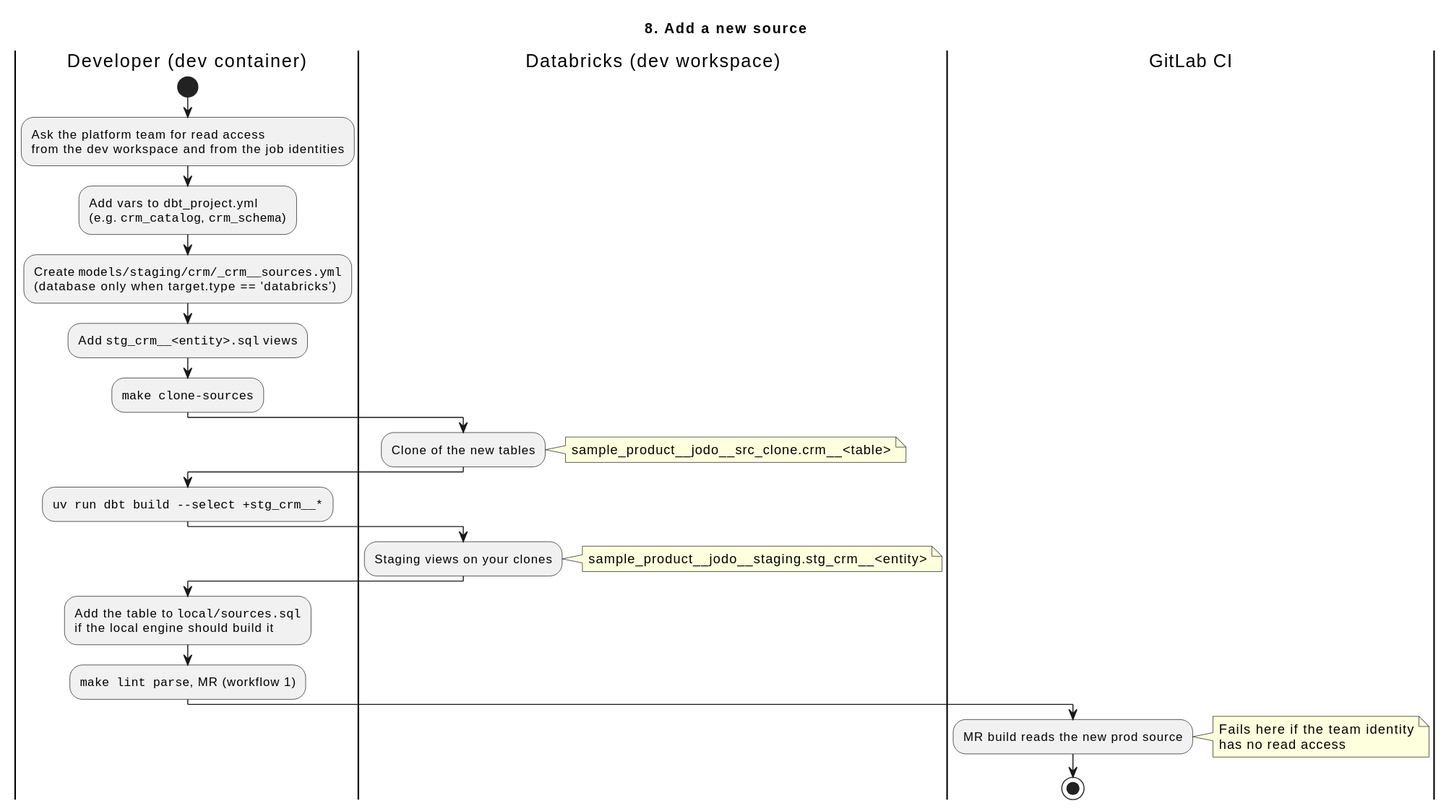
The PlantUML diagram docs/diagrams/workflow-8-new-source.svg in PeterHenell/dbt-databricks-template, before a commit.
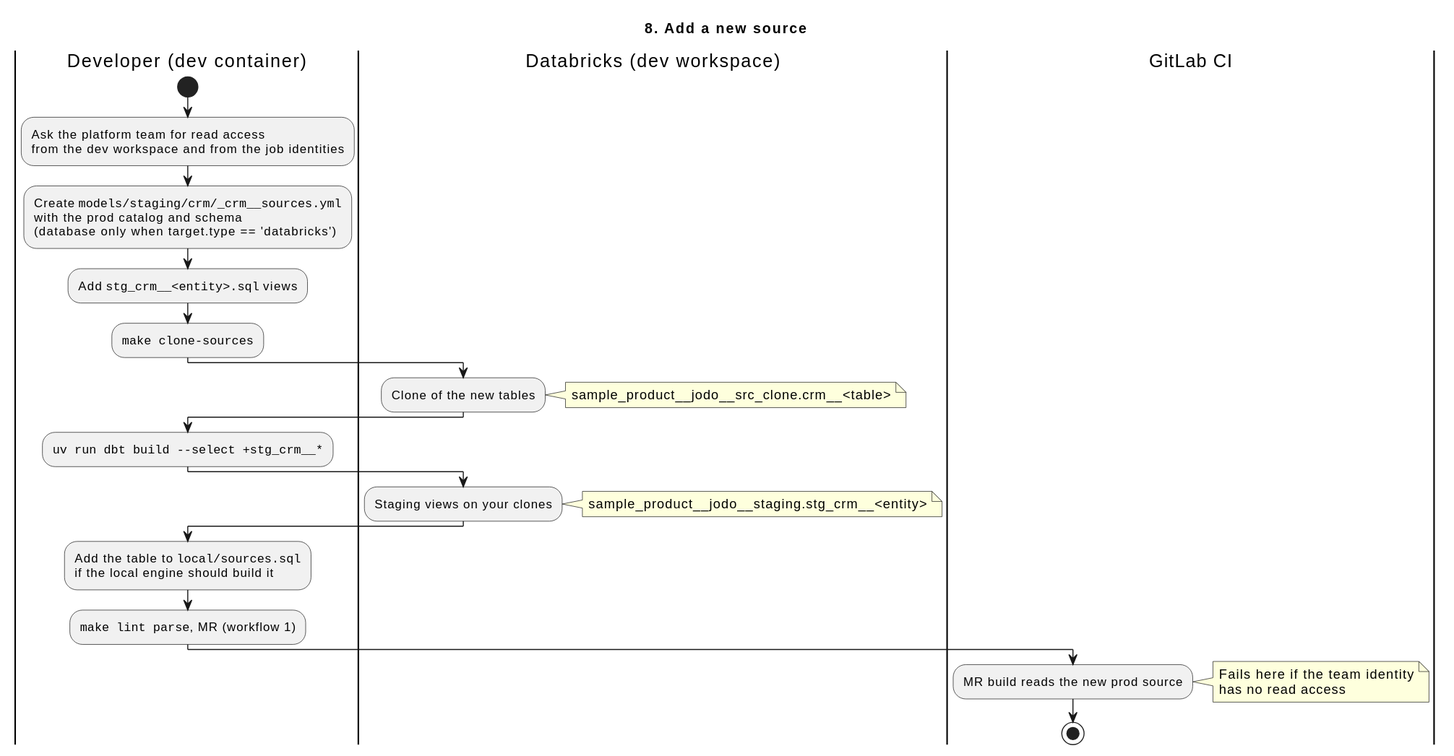
The same file after the commit.

Commit message:
Drop tpch from the guide and the source location variables

The edit, as a diff of the source:
```diff
@@ -5,9 +5,8 @@
 start
 :Ask the platform team for read access
 from the dev workspace and from the job identities;
-:Add vars to dbt_project.yml
-(e.g. ""crm_catalog"", ""crm_schema"");
 :Create ""models/staging/crm/_crm~__sources.yml""
+with the prod catalog and schema
 (database only when target.type == 'databricks');
 :Add ""stg_crm~__<entity>.sql"" views;
 :""make clone-sources"";
```
